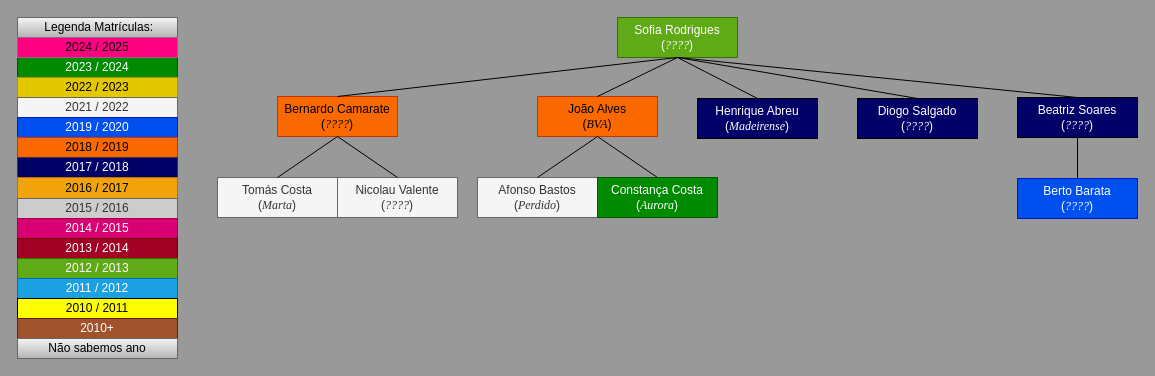
This is Draw.io/Familia_da_Sofia_Rodrigues.drawio from pdmtmr/PDMTMRTESTLOCATION-AKA-ARBUSTO, a draw.io file, before an edit. Source tidied: cells renumbered, new cells numbered last; positions are measured from the earlier drawing's top-left corner, leaving out a move shared by most shapes. Both pictures are drawn from the tidied source at 100%, with x=0, y=0 at pixel (17, 17).
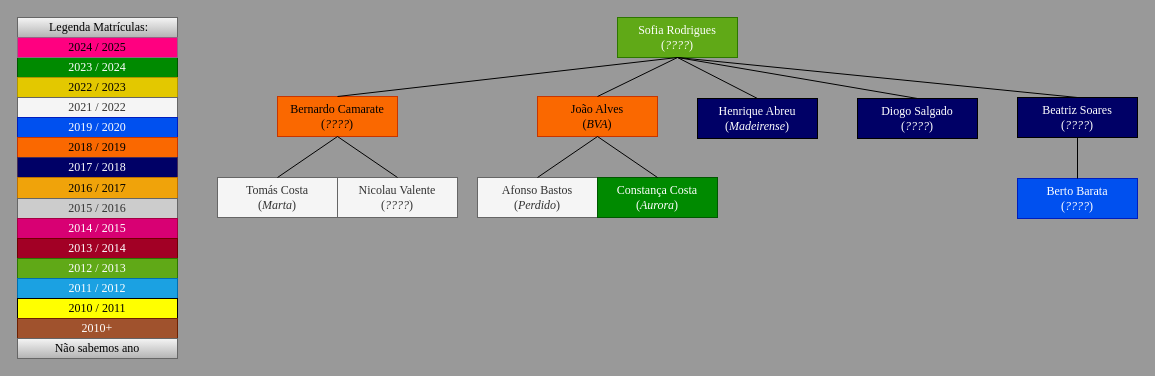
Above is the later version.

Change to the diagram source:
```diff
@@
-    <mxCell id="2" value="&lt;div&gt;&lt;span style=&quot;background-color: initial;&quot;&gt;Sofia Rodrigues&lt;/span&gt;&lt;/div&gt;&lt;div&gt;&lt;span style=&quot;background-color: initial;&quot;&gt;(&lt;/span&gt;&lt;i style=&quot;background-color: initial;&quot;&gt;&lt;font face=&quot;Times New Roman&quot;&gt;????&lt;/font&gt;&lt;/i&gt;&lt;span style=&quot;background-color: initial;&quot;&gt;)&lt;/span&gt;&lt;/div&gt;" style="rounded=0;whiteSpace=wrap;html=1;fillColor=#60a917;fontColor=#ffffff;strokeColor=#2D7600;" parent="1" vertex="1">
+    <mxCell id="2" value="&lt;div&gt;&lt;span style=&quot;background-color: initial;&quot;&gt;Sofia Rodrigues&lt;/span&gt;&lt;/div&gt;&lt;div&gt;&lt;span style=&quot;background-color: initial;&quot;&gt;(&lt;/span&gt;&lt;i style=&quot;background-color: initial;&quot;&gt;&lt;font&gt;????&lt;/font&gt;&lt;/i&gt;&lt;span style=&quot;background-color: initial;&quot;&gt;)&lt;/span&gt;&lt;/div&gt;" style="rounded=0;whiteSpace=wrap;html=1;fillColor=#60a917;fontColor=#ffffff;strokeColor=#2D7600;fontFamily=Times New Roman;" parent="1" vertex="1">
       <mxGeometry x="600" width="120" height="40" as="geometry" />
     </mxCell>
-    <mxCell id="3" value="&lt;div&gt;&lt;span style=&quot;background-color: initial;&quot;&gt;João Alves&lt;/span&gt;&lt;/div&gt;&lt;div&gt;&lt;span style=&quot;background-color: initial;&quot;&gt;(&lt;font face=&quot;Times New Roman&quot;&gt;&lt;i&gt;BVA&lt;/i&gt;&lt;/font&gt;&lt;/span&gt;&lt;span style=&quot;background-color: initial;&quot;&gt;)&lt;/span&gt;&lt;/div&gt;" style="rounded=0;whiteSpace=wrap;html=1;fillColor=#fa6800;fontColor=#000000;strokeColor=#C73500;" parent="1" vertex="1">
+    <mxCell id="3" value="&lt;div&gt;&lt;span style=&quot;background-color: initial;&quot;&gt;João Alves&lt;/span&gt;&lt;/div&gt;&lt;div&gt;&lt;span style=&quot;background-color: initial;&quot;&gt;(&lt;font&gt;&lt;i&gt;BVA&lt;/i&gt;&lt;/font&gt;&lt;/span&gt;&lt;span style=&quot;background-color: initial;&quot;&gt;)&lt;/span&gt;&lt;/div&gt;" style="rounded=0;whiteSpace=wrap;html=1;fillColor=#fa6800;fontColor=#000000;strokeColor=#C73500;fontFamily=Times New Roman;" parent="1" vertex="1">
       <mxGeometry x="520" y="79" width="120" height="40" as="geometry" />
     </mxCell>
-    <mxCell id="4" value="&lt;div&gt;&lt;span style=&quot;background-color: initial;&quot;&gt;Afonso Bastos&lt;/span&gt;&lt;/div&gt;&lt;div&gt;&lt;span style=&quot;background-color: initial;&quot;&gt;(&lt;font face=&quot;Times New Roman&quot;&gt;&lt;i&gt;Perdido&lt;/i&gt;&lt;/font&gt;&lt;/span&gt;&lt;span style=&quot;background-color: initial;&quot;&gt;)&lt;/span&gt;&lt;/div&gt;" style="rounded=0;whiteSpace=wrap;html=1;fillColor=#f5f5f5;fontColor=#333333;strokeColor=#666666;" parent="1" vertex="1">
+    <mxCell id="4" value="&lt;div&gt;&lt;span style=&quot;background-color: initial;&quot;&gt;Afonso Bastos&lt;/span&gt;&lt;/div&gt;&lt;div&gt;&lt;span style=&quot;background-color: initial;&quot;&gt;(&lt;font&gt;&lt;i&gt;Perdido&lt;/i&gt;&lt;/font&gt;&lt;/span&gt;&lt;span style=&quot;background-color: initial;&quot;&gt;)&lt;/span&gt;&lt;/div&gt;" style="rounded=0;whiteSpace=wrap;html=1;fillColor=#f5f5f5;fontColor=#333333;strokeColor=#666666;fontFamily=Times New Roman;" parent="1" vertex="1">
       <mxGeometry x="460" y="160" width="120" height="40" as="geometry" />
     </mxCell>
-    <mxCell id="5" style="endArrow=none;html=1;exitX=0.5;exitY=0;exitDx=0;exitDy=0;entryX=0.5;entryY=1;entryDx=0;entryDy=0;" parent="1" edge="1" source="4" target="3">
+    <mxCell id="5" style="endArrow=none;html=1;exitX=0.5;exitY=0;exitDx=0;exitDy=0;entryX=0.5;entryY=1;entryDx=0;entryDy=0;fontFamily=Times New Roman;" parent="1" edge="1" source="4" target="3">
       <mxGeometry relative="1" as="geometry" />
     </mxCell>
-    <mxCell id="6" style="endArrow=none;html=1;exitX=0.5;exitY=1;exitDx=0;exitDy=0;entryX=0.5;entryY=0;entryDx=0;entryDy=0;" parent="1" edge="1" source="2" target="3">
+    <mxCell id="6" style="endArrow=none;html=1;exitX=0.5;exitY=1;exitDx=0;exitDy=0;entryX=0.5;entryY=0;entryDx=0;entryDy=0;fontFamily=Times New Roman;" parent="1" edge="1" source="2" target="3">
       <mxGeometry relative="1" as="geometry" />
     </mxCell>
-    <mxCell id="7" value="&lt;div&gt;&lt;span style=&quot;background-color: initial;&quot;&gt;Beatriz Soares&lt;/span&gt;&lt;/div&gt;&lt;div&gt;&lt;span style=&quot;background-color: initial;&quot;&gt;(&lt;/span&gt;&lt;i style=&quot;background-color: initial;&quot;&gt;&lt;font face=&quot;Times New Roman&quot;&gt;????&lt;/font&gt;&lt;/i&gt;&lt;span style=&quot;background-color: initial;&quot;&gt;)&lt;/span&gt;&lt;/div&gt;" style="rounded=0;whiteSpace=wrap;html=1;fillColor=#000066;fontColor=#FFFFFF;" parent="1" vertex="1">
+    <mxCell id="7" value="&lt;div&gt;&lt;span style=&quot;background-color: initial;&quot;&gt;Beatriz Soares&lt;/span&gt;&lt;/div&gt;&lt;div&gt;&lt;span style=&quot;background-color: initial;&quot;&gt;(&lt;/span&gt;&lt;i style=&quot;background-color: initial;&quot;&gt;&lt;font&gt;????&lt;/font&gt;&lt;/i&gt;&lt;span style=&quot;background-color: initial;&quot;&gt;)&lt;/span&gt;&lt;/div&gt;" style="rounded=0;whiteSpace=wrap;html=1;fillColor=#000066;fontColor=#FFFFFF;fontFamily=Times New Roman;" parent="1" vertex="1">
       <mxGeometry x="1000" y="80" width="120" height="40" as="geometry" />
     </mxCell>
-    <mxCell id="8" value="&lt;div&gt;&lt;span style=&quot;background-color: initial;&quot;&gt;Berto Barata&lt;/span&gt;&lt;/div&gt;&lt;div&gt;&lt;span style=&quot;background-color: initial;&quot;&gt;(&lt;/span&gt;&lt;i style=&quot;background-color: initial;&quot;&gt;&lt;font face=&quot;Times New Roman&quot;&gt;????&lt;/font&gt;&lt;/i&gt;&lt;span style=&quot;background-color: initial;&quot;&gt;)&lt;/span&gt;&lt;br&gt;&lt;/div&gt;" style="rounded=0;whiteSpace=wrap;html=1;fillColor=#0050ef;fontColor=#ffffff;strokeColor=#001DBC;" parent="1" vertex="1">
+    <mxCell id="8" value="&lt;div&gt;&lt;span style=&quot;background-color: initial;&quot;&gt;Berto Barata&lt;/span&gt;&lt;/div&gt;&lt;div&gt;&lt;span style=&quot;background-color: initial;&quot;&gt;(&lt;/span&gt;&lt;i style=&quot;background-color: initial;&quot;&gt;&lt;font&gt;????&lt;/font&gt;&lt;/i&gt;&lt;span style=&quot;background-color: initial;&quot;&gt;)&lt;/span&gt;&lt;br&gt;&lt;/div&gt;" style="rounded=0;whiteSpace=wrap;html=1;fillColor=#0050ef;fontColor=#ffffff;strokeColor=#001DBC;fontFamily=Times New Roman;" parent="1" vertex="1">
       <mxGeometry x="1000" y="161" width="120" height="40" as="geometry" />
     </mxCell>
-    <mxCell id="9" style="endArrow=none;html=1;exitX=0.5;exitY=0;exitDx=0;exitDy=0;entryX=0.5;entryY=1;entryDx=0;entryDy=0;" parent="1" edge="1" source="8" target="7">
+    <mxCell id="9" style="endArrow=none;html=1;exitX=0.5;exitY=0;exitDx=0;exitDy=0;entryX=0.5;entryY=1;entryDx=0;entryDy=0;fontFamily=Times New Roman;" parent="1" edge="1" source="8" target="7">
       <mxGeometry relative="1" as="geometry" />
     </mxCell>
-    <mxCell id="10" value="&lt;div&gt;&lt;span style=&quot;background-color: initial;&quot;&gt;Henrique Abreu&lt;/span&gt;&lt;/div&gt;&lt;div&gt;&lt;span style=&quot;background-color: initial;&quot;&gt;(&lt;font face=&quot;Times New Roman&quot;&gt;&lt;i&gt;Madeirense&lt;/i&gt;&lt;/font&gt;&lt;/span&gt;&lt;span style=&quot;background-color: initial;&quot;&gt;)&lt;/span&gt;&lt;/div&gt;" style="rounded=0;whiteSpace=wrap;html=1;fillColor=#000066;fontColor=#FFFFFF;" parent="1" vertex="1">
+    <mxCell id="10" value="&lt;div&gt;&lt;span style=&quot;background-color: initial;&quot;&gt;Henrique Abreu&lt;/span&gt;&lt;/div&gt;&lt;div&gt;&lt;span style=&quot;background-color: initial;&quot;&gt;(&lt;font&gt;&lt;i&gt;Madeirense&lt;/i&gt;&lt;/font&gt;&lt;/span&gt;&lt;span style=&quot;background-color: initial;&quot;&gt;)&lt;/span&gt;&lt;/div&gt;" style="rounded=0;whiteSpace=wrap;html=1;fillColor=#000066;fontColor=#FFFFFF;fontFamily=Times New Roman;" parent="1" vertex="1">
       <mxGeometry x="680" y="81" width="120" height="40" as="geometry" />
     </mxCell>
-    <mxCell id="11" style="endArrow=none;html=1;exitX=0.5;exitY=1;exitDx=0;exitDy=0;entryX=0.5;entryY=0;entryDx=0;entryDy=0;" parent="1" edge="1" source="2" target="10">
+    <mxCell id="11" style="endArrow=none;html=1;exitX=0.5;exitY=1;exitDx=0;exitDy=0;entryX=0.5;entryY=0;entryDx=0;entryDy=0;fontFamily=Times New Roman;" parent="1" edge="1" source="2" target="10">
       <mxGeometry relative="1" as="geometry" />
     </mxCell>
-    <mxCell id="12" value="&lt;div&gt;Diogo Salgado&lt;/div&gt;&lt;div&gt;&lt;span style=&quot;background-color: initial;&quot;&gt;(&lt;font face=&quot;Times New Roman&quot;&gt;&lt;i&gt;????&lt;/i&gt;&lt;/font&gt;&lt;/span&gt;&lt;span style=&quot;background-color: initial;&quot;&gt;)&lt;/span&gt;&lt;/div&gt;" style="rounded=0;whiteSpace=wrap;html=1;fillColor=#000066;fontColor=#FFFFFF;" parent="1" vertex="1">
+    <mxCell id="12" value="&lt;div&gt;Diogo Salgado&lt;/div&gt;&lt;div&gt;&lt;span style=&quot;background-color: initial;&quot;&gt;(&lt;font&gt;&lt;i&gt;????&lt;/i&gt;&lt;/font&gt;&lt;/span&gt;&lt;span style=&quot;background-color: initial;&quot;&gt;)&lt;/span&gt;&lt;/div&gt;" style="rounded=0;whiteSpace=wrap;html=1;fillColor=#000066;fontColor=#FFFFFF;fontFamily=Times New Roman;" parent="1" vertex="1">
       <mxGeometry x="840" y="81" width="120" height="40" as="geometry" />
     </mxCell>
-    <mxCell id="13" style="endArrow=none;html=1;exitX=0.5;exitY=1;exitDx=0;exitDy=0;entryX=0.5;entryY=0;entryDx=0;entryDy=0;" parent="1" edge="1" source="2" target="12">
+    <mxCell id="13" style="endArrow=none;html=1;exitX=0.5;exitY=1;exitDx=0;exitDy=0;entryX=0.5;entryY=0;entryDx=0;entryDy=0;fontFamily=Times New Roman;" parent="1" edge="1" source="2" target="12">
       <mxGeometry relative="1" as="geometry" />
     </mxCell>
-    <mxCell id="14" style="endArrow=none;html=1;exitX=0.5;exitY=1;exitDx=0;exitDy=0;entryX=0.5;entryY=0;entryDx=0;entryDy=0;" parent="1" edge="1" source="2" target="7">
+    <mxCell id="14" style="endArrow=none;html=1;exitX=0.5;exitY=1;exitDx=0;exitDy=0;entryX=0.5;entryY=0;entryDx=0;entryDy=0;fontFamily=Times New Roman;" parent="1" edge="1" source="2" target="7">
       <mxGeometry relative="1" as="geometry" />
     </mxCell>
-    <mxCell id="15" value="&lt;div&gt;&lt;span style=&quot;background-color: initial;&quot;&gt;Bernardo Camarate&lt;/span&gt;&lt;/div&gt;&lt;div&gt;&lt;span style=&quot;background-color: initial;&quot;&gt;(&lt;font face=&quot;Times New Roman&quot;&gt;&lt;i&gt;????&lt;/i&gt;&lt;/font&gt;&lt;/span&gt;&lt;span style=&quot;background-color: initial;&quot;&gt;)&lt;/span&gt;&lt;/div&gt;" style="rounded=0;whiteSpace=wrap;html=1;fillColor=#fa6800;fontColor=#000000;strokeColor=#C73500;" parent="1" vertex="1">
+    <mxCell id="15" value="&lt;div&gt;&lt;span style=&quot;background-color: initial;&quot;&gt;Bernardo Camarate&lt;/span&gt;&lt;/div&gt;&lt;div&gt;&lt;span style=&quot;background-color: initial;&quot;&gt;(&lt;font&gt;&lt;i&gt;????&lt;/i&gt;&lt;/font&gt;&lt;/span&gt;&lt;span style=&quot;background-color: initial;&quot;&gt;)&lt;/span&gt;&lt;/div&gt;" style="rounded=0;whiteSpace=wrap;html=1;fillColor=#fa6800;fontColor=#000000;strokeColor=#C73500;fontFamily=Times New Roman;" parent="1" vertex="1">
       <mxGeometry x="260" y="79" width="120" height="40" as="geometry" />
     </mxCell>
-    <mxCell id="16" style="endArrow=none;html=1;exitX=0.5;exitY=0;exitDx=0;exitDy=0;entryX=0.5;entryY=1;entryDx=0;entryDy=0;" parent="1" edge="1" source="15" target="2">
+    <mxCell id="16" style="endArrow=none;html=1;exitX=0.5;exitY=0;exitDx=0;exitDy=0;entryX=0.5;entryY=1;entryDx=0;entryDy=0;fontFamily=Times New Roman;" parent="1" edge="1" source="15" target="2">
       <mxGeometry relative="1" as="geometry" />
     </mxCell>
-    <mxCell id="17" value="&lt;div&gt;&lt;span style=&quot;background-color: initial;&quot;&gt;Tomás Costa&lt;/span&gt;&lt;/div&gt;&lt;div&gt;&lt;span style=&quot;background-color: initial;&quot;&gt;(&lt;font face=&quot;Times New Roman&quot;&gt;&lt;i&gt;Marta&lt;/i&gt;&lt;/font&gt;&lt;/span&gt;&lt;span style=&quot;background-color: initial;&quot;&gt;)&lt;/span&gt;&lt;/div&gt;" style="rounded=0;whiteSpace=wrap;html=1;fillColor=#f5f5f5;fontColor=#333333;strokeColor=#666666;" parent="1" vertex="1">
+    <mxCell id="17" value="&lt;div&gt;&lt;span style=&quot;background-color: initial;&quot;&gt;Tomás Costa&lt;/span&gt;&lt;/div&gt;&lt;div&gt;&lt;span style=&quot;background-color: initial;&quot;&gt;(&lt;font&gt;&lt;i&gt;Marta&lt;/i&gt;&lt;/font&gt;&lt;/span&gt;&lt;span style=&quot;background-color: initial;&quot;&gt;)&lt;/span&gt;&lt;/div&gt;" style="rounded=0;whiteSpace=wrap;html=1;fillColor=#f5f5f5;fontColor=#333333;strokeColor=#666666;fontFamily=Times New Roman;" parent="1" vertex="1">
       <mxGeometry x="200" y="160" width="120" height="40" as="geometry" />
     </mxCell>
-    <mxCell id="18" style="endArrow=none;html=1;exitX=0.5;exitY=0;exitDx=0;exitDy=0;entryX=0.5;entryY=1;entryDx=0;entryDy=0;" parent="1" edge="1" source="17" target="15">
+    <mxCell id="18" style="endArrow=none;html=1;exitX=0.5;exitY=0;exitDx=0;exitDy=0;entryX=0.5;entryY=1;entryDx=0;entryDy=0;fontFamily=Times New Roman;" parent="1" edge="1" source="17" target="15">
       <mxGeometry relative="1" as="geometry" />
     </mxCell>
-    <mxCell id="19" value="&lt;div&gt;&lt;span style=&quot;background-color: initial;&quot;&gt;Constança Costa&lt;/span&gt;&lt;/div&gt;&lt;div&gt;&lt;span style=&quot;background-color: initial;&quot;&gt;(&lt;font face=&quot;Times New Roman&quot;&gt;&lt;i&gt;Aurora&lt;/i&gt;&lt;/font&gt;&lt;/span&gt;&lt;span style=&quot;background-color: initial;&quot;&gt;)&lt;/span&gt;&lt;/div&gt;" style="rounded=0;whiteSpace=wrap;html=1;fillColor=#008a00;fontColor=#ffffff;strokeColor=#005700;" parent="1" vertex="1">
+    <mxCell id="19" value="&lt;div&gt;&lt;span style=&quot;background-color: initial;&quot;&gt;Constança Costa&lt;/span&gt;&lt;/div&gt;&lt;div&gt;&lt;span style=&quot;background-color: initial;&quot;&gt;(&lt;font&gt;&lt;i&gt;Aurora&lt;/i&gt;&lt;/font&gt;&lt;/span&gt;&lt;span style=&quot;background-color: initial;&quot;&gt;)&lt;/span&gt;&lt;/div&gt;" style="rounded=0;whiteSpace=wrap;html=1;fillColor=#008a00;fontColor=#ffffff;strokeColor=#005700;fontFamily=Times New Roman;" parent="1" vertex="1">
       <mxGeometry x="580" y="160" width="120" height="40" as="geometry" />
     </mxCell>
-    <mxCell id="20" style="endArrow=none;html=1;exitX=0.5;exitY=0;exitDx=0;exitDy=0;entryX=0.5;entryY=1;entryDx=0;entryDy=0;" parent="1" edge="1" source="19" target="3">
+    <mxCell id="20" style="endArrow=none;html=1;exitX=0.5;exitY=0;exitDx=0;exitDy=0;entryX=0.5;entryY=1;entryDx=0;entryDy=0;fontFamily=Times New Roman;" parent="1" edge="1" source="19" target="3">
       <mxGeometry relative="1" as="geometry" />
     </mxCell>
-    <mxCell id="21" value="&lt;div&gt;Nicolau Valente&lt;/div&gt;&lt;div&gt;&lt;span style=&quot;background-color: initial;&quot;&gt;(&lt;font face=&quot;Times New Roman&quot;&gt;&lt;i&gt;????&lt;/i&gt;&lt;/font&gt;&lt;/span&gt;&lt;span style=&quot;background-color: initial;&quot;&gt;)&lt;/span&gt;&lt;/div&gt;" style="rounded=0;whiteSpace=wrap;html=1;fillColor=#f5f5f5;fontColor=#333333;strokeColor=#666666;" parent="1" vertex="1">
+    <mxCell id="21" value="&lt;div&gt;Nicolau Valente&lt;/div&gt;&lt;div&gt;&lt;span style=&quot;background-color: initial;&quot;&gt;(&lt;font&gt;&lt;i&gt;????&lt;/i&gt;&lt;/font&gt;&lt;/span&gt;&lt;span style=&quot;background-color: initial;&quot;&gt;)&lt;/span&gt;&lt;/div&gt;" style="rounded=0;whiteSpace=wrap;html=1;fillColor=#f5f5f5;fontColor=#333333;strokeColor=#666666;fontFamily=Times New Roman;" parent="1" vertex="1">
       <mxGeometry x="320" y="160" width="120" height="40" as="geometry" />
     </mxCell>
-    <mxCell id="22" style="endArrow=none;html=1;exitX=0.5;exitY=0;exitDx=0;exitDy=0;entryX=0.5;entryY=1;entryDx=0;entryDy=0;" parent="1" edge="1" source="21" target="15">
+    <mxCell id="22" style="endArrow=none;html=1;exitX=0.5;exitY=0;exitDx=0;exitDy=0;entryX=0.5;entryY=1;entryDx=0;entryDy=0;fontFamily=Times New Roman;" parent="1" edge="1" source="21" target="15">
       <mxGeometry relative="1" as="geometry" />
     </mxCell>
-    <mxCell id="23" value="2023 / 2024" style="rounded=0;whiteSpace=wrap;html=1;fillColor=#008a00;fontColor=#ffffff;strokeColor=#005700;" parent="1" vertex="1">
+    <mxCell id="23" value="2023 / 2024" style="rounded=0;whiteSpace=wrap;html=1;fillColor=#008a00;fontColor=#ffffff;strokeColor=#005700;fontFamily=Times New Roman;" parent="1" vertex="1">
       <mxGeometry y="40" width="160" height="20" as="geometry" />
     </mxCell>
-    <mxCell id="24" value="2022 / 2023" style="rounded=0;whiteSpace=wrap;html=1;fillColor=#e3c800;fontColor=#000000;strokeColor=#B09500;" parent="1" vertex="1">
+    <mxCell id="24" value="2022 / 2023" style="rounded=0;whiteSpace=wrap;html=1;fillColor=#e3c800;fontColor=#000000;strokeColor=#B09500;fontFamily=Times New Roman;" parent="1" vertex="1">
       <mxGeometry y="60" width="160" height="20" as="geometry" />
     </mxCell>
-    <mxCell id="25" value="2021 / 2022" style="rounded=0;whiteSpace=wrap;html=1;fillColor=#f5f5f5;fontColor=#333333;strokeColor=#666666;" parent="1" vertex="1">
+    <mxCell id="25" value="2021 / 2022" style="rounded=0;whiteSpace=wrap;html=1;fillColor=#f5f5f5;fontColor=#333333;strokeColor=#666666;fontFamily=Times New Roman;" parent="1" vertex="1">
       <mxGeometry y="80" width="160" height="20" as="geometry" />
     </mxCell>
-    <mxCell id="26" value="2019 / 2020" style="rounded=0;whiteSpace=wrap;html=1;fillColor=#0050ef;fontColor=#ffffff;strokeColor=#001DBC;" parent="1" vertex="1">
+    <mxCell id="26" value="2019 / 2020" style="rounded=0;whiteSpace=wrap;html=1;fillColor=#0050ef;fontColor=#ffffff;strokeColor=#001DBC;fontFamily=Times New Roman;" parent="1" vertex="1">
       <mxGeometry y="100" width="160" height="20" as="geometry" />
     </mxCell>
-    <mxCell id="27" value="2018 / 2019" style="rounded=0;whiteSpace=wrap;html=1;fillColor=#fa6800;fontColor=#000000;strokeColor=#C73500;" parent="1" vertex="1">
+    <mxCell id="27" value="2018 / 2019" style="rounded=0;whiteSpace=wrap;html=1;fillColor=#fa6800;fontColor=#000000;strokeColor=#C73500;fontFamily=Times New Roman;" parent="1" vertex="1">
       <mxGeometry y="120" width="160" height="20" as="geometry" />
     </mxCell>
-    <mxCell id="28" value="&amp;nbsp;Legenda Matrículas:" style="rounded=0;whiteSpace=wrap;html=1;fillColor=#f5f5f5;gradientColor=#b3b3b3;strokeColor=#666666;" parent="1" vertex="1">
+    <mxCell id="28" value="&amp;nbsp;Legenda Matrículas:" style="rounded=0;whiteSpace=wrap;html=1;fillColor=#f5f5f5;gradientColor=#b3b3b3;strokeColor=#666666;fontFamily=Times New Roman;" parent="1" vertex="1">
       <mxGeometry width="160" height="20" as="geometry" />
     </mxCell>
-    <mxCell id="29" value="2017 / 2018" style="rounded=0;whiteSpace=wrap;html=1;fillColor=#000066;fontColor=#ffffff;strokeColor=#432D57;" parent="1" vertex="1">
+    <mxCell id="29" value="2017 / 2018" style="rounded=0;whiteSpace=wrap;html=1;fillColor=#000066;fontColor=#ffffff;strokeColor=#432D57;fontFamily=Times New Roman;" parent="1" vertex="1">
       <mxGeometry y="140" width="160" height="20" as="geometry" />
     </mxCell>
-    <mxCell id="30" value="2016 / 2017" style="rounded=0;whiteSpace=wrap;html=1;fillColor=#f0a30a;fontColor=#000000;strokeColor=#BD7000;" parent="1" vertex="1">
+    <mxCell id="30" value="2016 / 2017" style="rounded=0;whiteSpace=wrap;html=1;fillColor=#f0a30a;fontColor=#000000;strokeColor=#BD7000;fontFamily=Times New Roman;" parent="1" vertex="1">
       <mxGeometry y="160" width="160" height="21" as="geometry" />
     </mxCell>
-    <mxCell id="31" value="2015 / 2016" style="rounded=0;whiteSpace=wrap;html=1;fillColor=#CCCCCC;strokeColor=#666666;fontColor=#333333;" parent="1" vertex="1">
+    <mxCell id="31" value="2015 / 2016" style="rounded=0;whiteSpace=wrap;html=1;fillColor=#CCCCCC;strokeColor=#666666;fontColor=#333333;fontFamily=Times New Roman;" parent="1" vertex="1">
       <mxGeometry y="181" width="160" height="20" as="geometry" />
     </mxCell>
-    <mxCell id="32" value="2014 / 2015" style="rounded=0;whiteSpace=wrap;html=1;fillColor=#d80073;fontColor=#ffffff;strokeColor=#A50040;" parent="1" vertex="1">
+    <mxCell id="32" value="2014 / 2015" style="rounded=0;whiteSpace=wrap;html=1;fillColor=#d80073;fontColor=#ffffff;strokeColor=#A50040;fontFamily=Times New Roman;" parent="1" vertex="1">
       <mxGeometry y="201" width="160" height="20" as="geometry" />
     </mxCell>
-    <mxCell id="33" value="2013 / 2014" style="rounded=0;whiteSpace=wrap;html=1;fillColor=#a20025;fontColor=#ffffff;strokeColor=#6F0000;" parent="1" vertex="1">
+    <mxCell id="33" value="2013 / 2014" style="rounded=0;whiteSpace=wrap;html=1;fillColor=#a20025;fontColor=#ffffff;strokeColor=#6F0000;fontFamily=Times New Roman;" parent="1" vertex="1">
       <mxGeometry y="221" width="160" height="20" as="geometry" />
     </mxCell>
-    <mxCell id="34" value="2012&lt;span style=&quot;background-color: initial;&quot;&gt;&amp;nbsp;/ 2013&lt;/span&gt;" style="rounded=0;whiteSpace=wrap;html=1;fillColor=#60a917;fontColor=#ffffff;strokeColor=#2D7600;" parent="1" vertex="1">
+    <mxCell id="34" value="2012&lt;span style=&quot;background-color: initial;&quot;&gt;&amp;nbsp;/ 2013&lt;/span&gt;" style="rounded=0;whiteSpace=wrap;html=1;fillColor=#60a917;fontColor=#ffffff;strokeColor=#2D7600;fontFamily=Times New Roman;" parent="1" vertex="1">
       <mxGeometry y="241" width="160" height="20" as="geometry" />
     </mxCell>
-    <mxCell id="35" value="2011&lt;span style=&quot;background-color: initial;&quot;&gt;&amp;nbsp;/ 2012&lt;/span&gt;" style="rounded=0;whiteSpace=wrap;html=1;fillColor=#1ba1e2;fontColor=#ffffff;strokeColor=#006EAF;" parent="1" vertex="1">
+    <mxCell id="35" value="2011&lt;span style=&quot;background-color: initial;&quot;&gt;&amp;nbsp;/ 2012&lt;/span&gt;" style="rounded=0;whiteSpace=wrap;html=1;fillColor=#1ba1e2;fontColor=#ffffff;strokeColor=#006EAF;fontFamily=Times New Roman;" parent="1" vertex="1">
       <mxGeometry y="261" width="160" height="20" as="geometry" />
     </mxCell>
-    <mxCell id="36" value="2010&lt;span style=&quot;background-color: initial;&quot;&gt;&amp;nbsp;/ 2011&lt;/span&gt;" style="rounded=0;whiteSpace=wrap;html=1;fillColor=#FFFF00;fontColor=#000000;" parent="1" vertex="1">
+    <mxCell id="36" value="2010&lt;span style=&quot;background-color: initial;&quot;&gt;&amp;nbsp;/ 2011&lt;/span&gt;" style="rounded=0;whiteSpace=wrap;html=1;fillColor=#FFFF00;fontColor=#000000;fontFamily=Times New Roman;" parent="1" vertex="1">
       <mxGeometry y="281" width="160" height="20" as="geometry" />
     </mxCell>
-    <mxCell id="37" value="2010+" style="rounded=0;whiteSpace=wrap;html=1;fillColor=#a0522d;strokeColor=#6D1F00;fontColor=#ffffff;" parent="1" vertex="1">
+    <mxCell id="37" value="2010+" style="rounded=0;whiteSpace=wrap;html=1;fillColor=#a0522d;strokeColor=#6D1F00;fontColor=#ffffff;fontFamily=Times New Roman;" parent="1" vertex="1">
       <mxGeometry y="301" width="160" height="20" as="geometry" />
     </mxCell>
-    <mxCell id="38" value="Não sabemos ano" style="rounded=0;whiteSpace=wrap;html=1;fillColor=#f5f5f5;gradientColor=#b3b3b3;strokeColor=#666666;" parent="1" vertex="1">
+    <mxCell id="38" value="Não sabemos ano" style="rounded=0;whiteSpace=wrap;html=1;fillColor=#f5f5f5;gradientColor=#b3b3b3;strokeColor=#666666;fontFamily=Times New Roman;" parent="1" vertex="1">
       <mxGeometry y="321" width="160" height="20" as="geometry" />
     </mxCell>
-    <mxCell id="39" value="2024&amp;nbsp;/ 2025" style="rounded=0;whiteSpace=wrap;html=1;fillColor=#FF0080;strokeColor=#996185;gradientColor=none;fontColor=#000000;" parent="1" vertex="1">
+    <mxCell id="39" value="2024&amp;nbsp;/ 2025" style="rounded=0;whiteSpace=wrap;html=1;fillColor=#FF0080;strokeColor=#996185;gradientColor=none;fontColor=#000000;fontFamily=Times New Roman;" parent="1" vertex="1">
       <mxGeometry y="20" width="160" height="20" as="geometry" />
     </mxCell>
```
